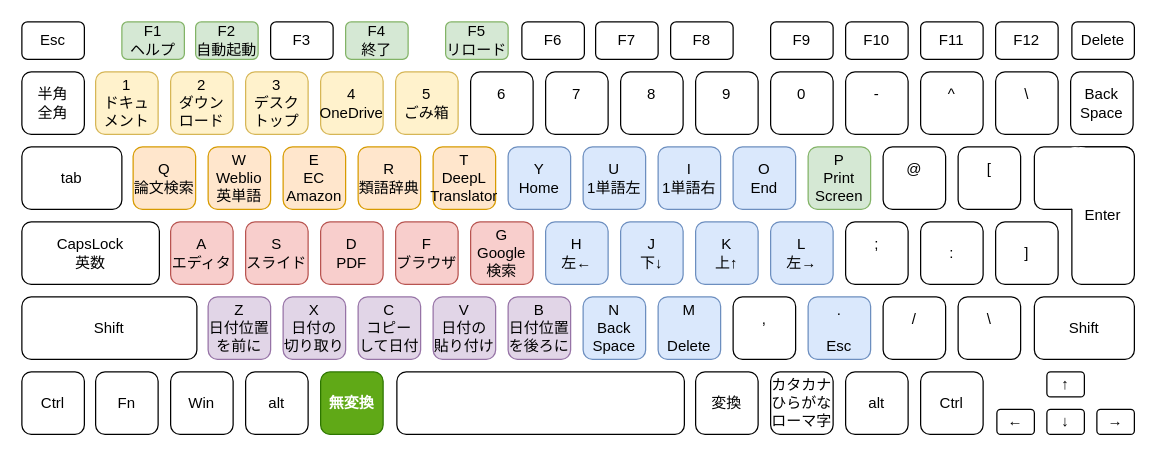
Earlier version of the draw.io diagram AutoHotKey/Img/keyboard.drawio (kimushun1101/muhenkan-switch). Source tidied: cells renumbered, new cells numbered last; positions are measured from the earlier drawing's top-left corner, leaving out a move shared by most shapes. Both pictures are drawn from the tidied source at 125%, with x=0, y=0 at pixel (21, 21).
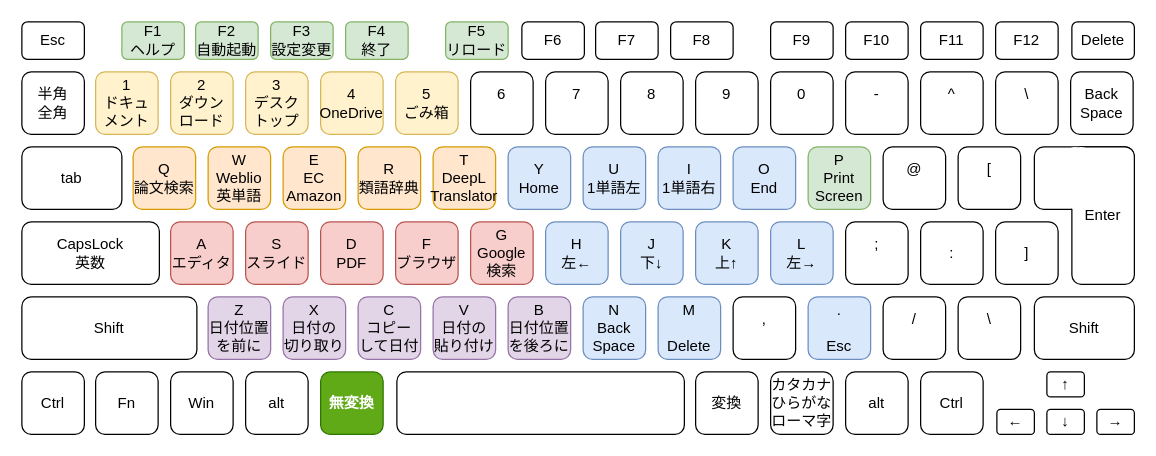
The same page after the edit.

Diff of the diagram source:
```diff
@@
-    <mxCell id="43" value="F3" style="rounded=1;whiteSpace=wrap;html=1;" parent="1" vertex="1">
+    <mxCell id="43" value="F3&lt;br&gt;設定変更" style="rounded=1;whiteSpace=wrap;html=1;fillColor=#d5e8d4;strokeColor=#82b366;" parent="1" vertex="1">
       <mxGeometry x="199" width="50" height="30" as="geometry" />
     </mxCell>
```
